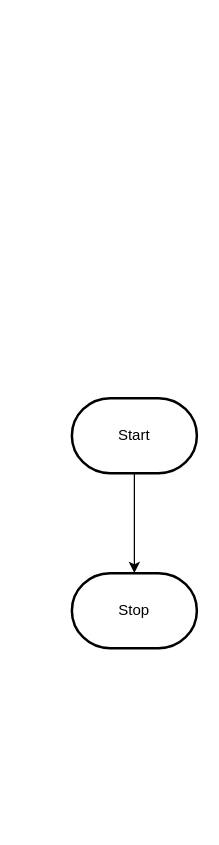
MTHS-ICS2O-2-2022/ICS2O-Unit-6-03-Osamah-Hasan keeps this draw.io diagram as design/flowchart.drawio. Above is the earlier version. Source tidied: cells renumbered, new cells numbered last; positions are measured from the earlier drawing's top-left corner, leaving out a move shared by most shapes. Both pictures are drawn from the tidied source at 125%, with x=0, y=0 at pixel (71, 398).
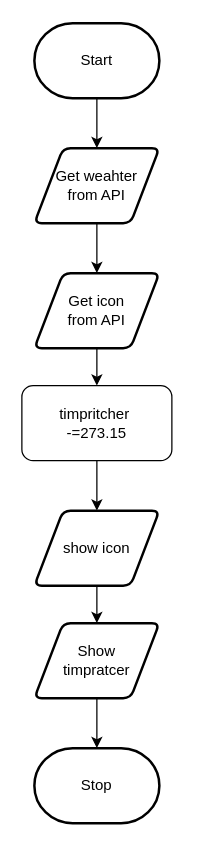
The same page after the edit.

Commit message (it also covers changes not shown here):
add flow chart add story board

Diff of the diagram source:
```diff
@@
 <mxGraphModel>
   <root>
     <mxCell id="0" />
     <mxCell id="1" parent="0" />
-    <mxCell id="2" style="edgeStyle=orthogonalEdgeStyle;html=1;rounded=0;" parent="1" edge="1" source="3" target="4">
-      <mxGeometry relative="1" as="geometry" />
-    </mxCell>
+    <mxCell id="5" style="edgeStyle=orthogonalEdgeStyle;html=1;entryX=0.5;entryY=0;entryDx=0;entryDy=0;" parent="1" edge="1" source="3" target="2">
+      <mxGeometry relative="1" as="geometry" />
+    </mxCell>
     <mxCell id="3" value="Start" style="strokeWidth=2;html=1;shape=mxgraph.flowchart.terminator;whiteSpace=wrap;" parent="1" vertex="1">
-      <mxGeometry width="100" height="60" as="geometry" />
+      <mxGeometry x="-30" y="-300" width="100" height="60" as="geometry" />
     </mxCell>
     <mxCell id="4" value="Stop" style="strokeWidth=2;html=1;shape=mxgraph.flowchart.terminator;whiteSpace=wrap;" parent="1" vertex="1">
-      <mxGeometry y="140" width="100" height="60" as="geometry" />
+      <mxGeometry x="-30" y="280" width="100" height="60" as="geometry" />
     </mxCell>
+    <mxCell id="6" style="edgeStyle=orthogonalEdgeStyle;html=1;entryX=0.5;entryY=0;entryDx=0;entryDy=0;" parent="1" edge="1" source="2" target="8">
+      <mxGeometry relative="1" as="geometry" />
+    </mxCell>
+    <mxCell id="2" value="Get weahter&lt;br&gt;from API" style="shape=parallelogram;html=1;strokeWidth=2;perimeter=parallelogramPerimeter;whiteSpace=wrap;rounded=1;arcSize=12;size=0.23;" parent="1" vertex="1">
+      <mxGeometry x="-30" y="-200" width="100" height="60" as="geometry" />
+    </mxCell>
+    <mxCell id="7" style="edgeStyle=orthogonalEdgeStyle;html=1;" parent="1" edge="1" source="8" target="10">
+      <mxGeometry relative="1" as="geometry" />
+    </mxCell>
+    <mxCell id="8" value="Get icon&lt;br&gt;from API" style="shape=parallelogram;html=1;strokeWidth=2;perimeter=parallelogramPerimeter;whiteSpace=wrap;rounded=1;arcSize=12;size=0.23;" parent="1" vertex="1">
+      <mxGeometry x="-30" y="-100" width="100" height="60" as="geometry" />
+    </mxCell>
+    <mxCell id="9" style="edgeStyle=orthogonalEdgeStyle;html=1;" parent="1" edge="1" source="10" target="12">
+      <mxGeometry relative="1" as="geometry" />
+    </mxCell>
+    <mxCell id="10" value="timpritcher&amp;nbsp;&lt;br&gt;-=273.15" style="rounded=1;whiteSpace=wrap;html=1;" parent="1" vertex="1">
+      <mxGeometry x="-40" y="-10" width="120" height="60" as="geometry" />
+    </mxCell>
+    <mxCell id="11" style="edgeStyle=orthogonalEdgeStyle;html=1;" parent="1" edge="1" source="12" target="14">
+      <mxGeometry relative="1" as="geometry" />
+    </mxCell>
+    <mxCell id="12" value="show icon" style="shape=parallelogram;html=1;strokeWidth=2;perimeter=parallelogramPerimeter;whiteSpace=wrap;rounded=1;arcSize=12;size=0.23;" parent="1" vertex="1">
+      <mxGeometry x="-30" y="90" width="100" height="60" as="geometry" />
+    </mxCell>
+    <mxCell id="13" style="edgeStyle=orthogonalEdgeStyle;html=1;" parent="1" edge="1" source="14" target="4">
+      <mxGeometry relative="1" as="geometry" />
+    </mxCell>
+    <mxCell id="14" value="Show &lt;br&gt;timpratcer" style="shape=parallelogram;html=1;strokeWidth=2;perimeter=parallelogramPerimeter;whiteSpace=wrap;rounded=1;arcSize=12;size=0.23;" parent="1" vertex="1">
+      <mxGeometry x="-30" y="180" width="100" height="60" as="geometry" />
+    </mxCell>
   </root>
 </mxGraphModel>
```
